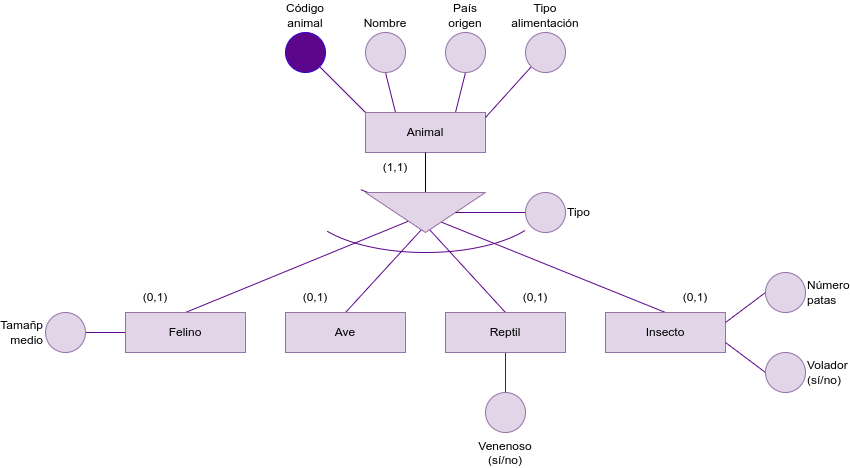
ull-cs/adbd keeps this draw.io diagram as entity-relationship-model/theory/hierarchy2.png. Above is the earlier version. Source tidied: cells renumbered, new cells last; positions are measured from the earlier drawing's top-left corner, leaving out a move shared by most shapes. Source of this version:
```xml
<mxGraphModel>
  <root>
    <mxCell id="0" />
    <mxCell id="1" parent="0" />
    <mxCell id="2" style="edgeStyle=none;html=1;entryX=1;entryY=1;entryDx=0;entryDy=0;strokeColor=#5C068C;endArrow=none;endFill=0;exitX=0;exitY=0;exitDx=0;exitDy=0;" parent="1" edge="1" source="8" target="5">
      <mxGeometry relative="1" as="geometry" />
    </mxCell>
    <mxCell id="3" style="edgeStyle=none;html=1;exitX=0.25;exitY=0;exitDx=0;exitDy=0;entryX=0.5;entryY=1;entryDx=0;entryDy=0;strokeColor=#5C068C;endArrow=none;endFill=0;" parent="1" edge="1" source="8" target="6">
      <mxGeometry relative="1" as="geometry" />
    </mxCell>
    <mxCell id="4" style="edgeStyle=none;html=1;entryX=0.5;entryY=1;entryDx=0;entryDy=0;strokeColor=#5C068C;endArrow=none;endFill=0;" parent="1" edge="1" target="7">
      <mxGeometry relative="1" as="geometry">
        <mxPoint x="410" y="80" as="sourcePoint" />
      </mxGeometry>
    </mxCell>
    <mxCell id="5" value="Código animal" style="ellipse;whiteSpace=wrap;html=1;fillColor=#5C068C;fontColor=#000000;strokeColor=#3700CC;verticalAlign=bottom;labelPosition=center;verticalLabelPosition=top;align=center;" parent="1" vertex="1">
      <mxGeometry x="240" width="40" height="40" as="geometry" />
    </mxCell>
    <mxCell id="6" value="Nombre" style="ellipse;whiteSpace=wrap;html=1;fillColor=#e1d5e7;strokeColor=#9673a6;verticalAlign=bottom;labelPosition=center;verticalLabelPosition=top;align=center;" parent="1" vertex="1">
      <mxGeometry x="320" width="40" height="40" as="geometry" />
    </mxCell>
    <mxCell id="7" value="País origen" style="ellipse;whiteSpace=wrap;html=1;fillColor=#e1d5e7;strokeColor=#9673a6;verticalAlign=bottom;labelPosition=center;verticalLabelPosition=top;align=center;" parent="1" vertex="1">
      <mxGeometry x="400" width="40" height="40" as="geometry" />
    </mxCell>
    <mxCell id="8" value="Animal" style="rounded=0;whiteSpace=wrap;html=1;fillColor=#e1d5e7;strokeColor=#9673a6;" parent="1" vertex="1">
      <mxGeometry x="320" y="80" width="120" height="40" as="geometry" />
    </mxCell>
    <mxCell id="9" style="edgeStyle=none;html=1;entryX=0.5;entryY=0;entryDx=0;entryDy=0;strokeColor=#5C068C;endArrow=none;endFill=0;exitX=0;exitY=0.25;exitDx=0;exitDy=0;" parent="1" edge="1" source="33" target="15">
      <mxGeometry relative="1" as="geometry" />
    </mxCell>
    <mxCell id="10" style="edgeStyle=none;html=1;exitX=0;exitY=1;exitDx=0;exitDy=0;entryX=0;entryY=0.5;entryDx=0;entryDy=0;strokeColor=#5C068C;endArrow=none;endFill=0;" parent="1" edge="1" source="11">
      <mxGeometry relative="1" as="geometry">
        <mxPoint x="440" y="85" as="targetPoint" />
      </mxGeometry>
    </mxCell>
    <mxCell id="11" value="Tipo alimentación" style="ellipse;whiteSpace=wrap;html=1;fillColor=#e1d5e7;strokeColor=#9673a6;verticalAlign=bottom;labelPosition=center;verticalLabelPosition=top;align=center;" parent="1" vertex="1">
      <mxGeometry x="480" width="40" height="40" as="geometry" />
    </mxCell>
    <mxCell id="12" style="edgeStyle=none;html=1;exitX=0;exitY=0.75;exitDx=0;exitDy=0;entryX=0.5;entryY=0;entryDx=0;entryDy=0;strokeColor=#5C068C;endArrow=none;endFill=0;startArrow=none;" parent="1" edge="1" source="33" target="17">
      <mxGeometry relative="1" as="geometry" />
    </mxCell>
    <mxCell id="13" style="edgeStyle=none;html=1;exitX=-0.071;exitY=1.039;exitDx=0;exitDy=0;entryX=0.5;entryY=0;entryDx=0;entryDy=0;strokeColor=#5C068C;endArrow=none;endFill=0;exitPerimeter=0;" parent="1" edge="1" source="33" target="18">
      <mxGeometry relative="1" as="geometry" />
    </mxCell>
    <mxCell id="14" style="edgeStyle=none;html=1;exitX=0.034;exitY=0.087;exitDx=0;exitDy=0;entryX=0.5;entryY=0;entryDx=0;entryDy=0;strokeColor=#5C068C;endArrow=none;endFill=0;exitPerimeter=0;" parent="1" edge="1" source="33" target="20">
      <mxGeometry relative="1" as="geometry" />
    </mxCell>
    <mxCell id="15" value="Ave" style="rounded=0;whiteSpace=wrap;html=1;fillColor=#e1d5e7;strokeColor=#9673a6;" parent="1" vertex="1">
      <mxGeometry x="240" y="280" width="120" height="40" as="geometry" />
    </mxCell>
    <mxCell id="16" style="edgeStyle=none;html=1;exitX=0.5;exitY=1;exitDx=0;exitDy=0;entryX=0.5;entryY=0;entryDx=0;entryDy=0;strokeColor=#5C068C;endArrow=none;endFill=0;" parent="1" edge="1" source="17" target="25">
      <mxGeometry relative="1" as="geometry" />
    </mxCell>
    <mxCell id="17" value="Reptil" style="rounded=0;whiteSpace=wrap;html=1;fillColor=#e1d5e7;strokeColor=#9673a6;" parent="1" vertex="1">
      <mxGeometry x="400" y="280" width="120" height="40" as="geometry" />
    </mxCell>
    <mxCell id="18" value="Insecto" style="rounded=0;whiteSpace=wrap;html=1;fillColor=#e1d5e7;strokeColor=#9673a6;" parent="1" vertex="1">
      <mxGeometry x="560" y="280" width="120" height="40" as="geometry" />
    </mxCell>
    <mxCell id="19" style="edgeStyle=none;html=1;exitX=0;exitY=0.5;exitDx=0;exitDy=0;entryX=1;entryY=0.5;entryDx=0;entryDy=0;strokeColor=#5C068C;endArrow=none;endFill=0;" parent="1" edge="1" source="20" target="26">
      <mxGeometry relative="1" as="geometry" />
    </mxCell>
    <mxCell id="20" value="Felino" style="rounded=0;whiteSpace=wrap;html=1;fillColor=#e1d5e7;strokeColor=#9673a6;" parent="1" vertex="1">
      <mxGeometry x="80" y="280" width="120" height="40" as="geometry" />
    </mxCell>
    <mxCell id="21" style="edgeStyle=none;html=1;exitX=0;exitY=0.5;exitDx=0;exitDy=0;entryX=1;entryY=0.25;entryDx=0;entryDy=0;strokeColor=#5C068C;endArrow=none;endFill=0;" parent="1" edge="1" source="22" target="18">
      <mxGeometry relative="1" as="geometry" />
    </mxCell>
    <mxCell id="22" value="Número patas" style="ellipse;whiteSpace=wrap;html=1;fillColor=#e1d5e7;strokeColor=#9673a6;verticalAlign=middle;labelPosition=right;verticalLabelPosition=middle;align=left;" parent="1" vertex="1">
      <mxGeometry x="720" y="240" width="40" height="40" as="geometry" />
    </mxCell>
    <mxCell id="23" style="edgeStyle=none;html=1;exitX=0;exitY=0.5;exitDx=0;exitDy=0;entryX=1;entryY=0.75;entryDx=0;entryDy=0;strokeColor=#5C068C;endArrow=none;endFill=0;" parent="1" edge="1" source="24" target="18">
      <mxGeometry relative="1" as="geometry" />
    </mxCell>
    <mxCell id="24" value="Volador (sí/no)" style="ellipse;whiteSpace=wrap;html=1;fillColor=#e1d5e7;strokeColor=#9673a6;verticalAlign=middle;labelPosition=right;verticalLabelPosition=middle;align=left;" parent="1" vertex="1">
      <mxGeometry x="720" y="320" width="40" height="40" as="geometry" />
    </mxCell>
    <mxCell id="25" value="Venenoso (sí/no)" style="ellipse;whiteSpace=wrap;html=1;fillColor=#e1d5e7;strokeColor=#9673a6;verticalAlign=top;labelPosition=center;verticalLabelPosition=bottom;align=center;" parent="1" vertex="1">
      <mxGeometry x="440" y="360" width="40" height="40" as="geometry" />
    </mxCell>
    <mxCell id="26" value="Tamañp medio" style="ellipse;whiteSpace=wrap;html=1;fillColor=#e1d5e7;strokeColor=#9673a6;verticalAlign=middle;labelPosition=left;verticalLabelPosition=middle;align=right;" parent="1" vertex="1">
      <mxGeometry y="280" width="40" height="40" as="geometry" />
    </mxCell>
    <mxCell id="27" value="(0,1)" style="text;html=1;strokeColor=none;fillColor=none;align=center;verticalAlign=middle;whiteSpace=wrap;rounded=0;" parent="1" vertex="1">
      <mxGeometry x="80" y="250" width="60" height="30" as="geometry" />
    </mxCell>
    <mxCell id="28" value="(0,1)" style="text;html=1;strokeColor=none;fillColor=none;align=center;verticalAlign=middle;whiteSpace=wrap;rounded=0;" parent="1" vertex="1">
      <mxGeometry x="240" y="250" width="60" height="30" as="geometry" />
    </mxCell>
    <mxCell id="29" value="(0,1)" style="text;html=1;strokeColor=none;fillColor=none;align=center;verticalAlign=middle;whiteSpace=wrap;rounded=0;" parent="1" vertex="1">
      <mxGeometry x="460" y="250" width="60" height="30" as="geometry" />
    </mxCell>
    <mxCell id="30" value="(0,1)" style="text;html=1;strokeColor=none;fillColor=none;align=center;verticalAlign=middle;whiteSpace=wrap;rounded=0;" parent="1" vertex="1">
      <mxGeometry x="620" y="250" width="60" height="30" as="geometry" />
    </mxCell>
    <mxCell id="31" style="edgeStyle=none;html=1;exitX=1;exitY=0;exitDx=0;exitDy=0;entryX=0;entryY=0.5;entryDx=0;entryDy=0;endArrow=none;endFill=0;" parent="1" edge="1" source="32" target="33">
      <mxGeometry relative="1" as="geometry" />
    </mxCell>
    <mxCell id="32" value="(1,1)" style="text;html=1;strokeColor=none;fillColor=none;align=center;verticalAlign=middle;whiteSpace=wrap;rounded=0;" parent="1" vertex="1">
      <mxGeometry x="320" y="120" width="60" height="30" as="geometry" />
    </mxCell>
    <mxCell id="33" style="triangle;whiteSpace=wrap;html=1;rotation=90;fillColor=#e1d5e7;strokeColor=#9673a6;" parent="1" vertex="1">
      <mxGeometry x="360" y="120" width="40" height="120" as="geometry" />
    </mxCell>
    <mxCell id="34" style="edgeStyle=none;html=1;exitX=0;exitY=0.5;exitDx=0;exitDy=0;entryX=0.5;entryY=0;entryDx=0;entryDy=0;endArrow=none;endFill=0;strokeColor=#5C068C;" parent="1" edge="1" source="35" target="33">
      <mxGeometry relative="1" as="geometry" />
    </mxCell>
    <mxCell id="35" value="Tipo" style="ellipse;whiteSpace=wrap;html=1;fillColor=#e1d5e7;strokeColor=#9673a6;verticalAlign=middle;labelPosition=right;verticalLabelPosition=middle;align=left;" parent="1" vertex="1">
      <mxGeometry x="480" y="160" width="40" height="40" as="geometry" />
    </mxCell>
    <mxCell id="36" style="verticalLabelPosition=bottom;verticalAlign=top;html=1;shape=mxgraph.basic.arc;startAngle=0.5948432962553827;endAngle=0.902545905891409;fontColor=#5C068C;rotation=-90;strokeColor=#5C068C;" parent="1" vertex="1">
      <mxGeometry x="330" y="50" width="100" height="240" as="geometry" />
    </mxCell>
  </root>
</mxGraphModel>
```
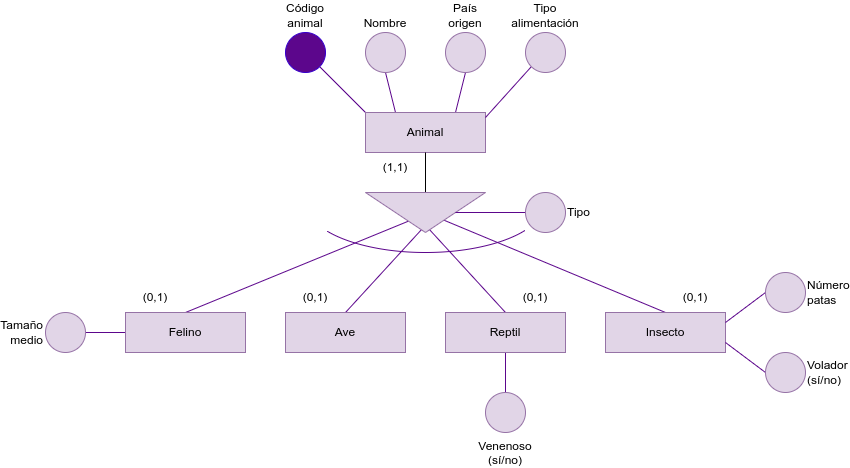
The same file after the commit.

Change to the diagram source:
```diff
@@ -39,7 +39,7 @@
     <mxCell id="12" style="edgeStyle=none;html=1;exitX=0;exitY=0.75;exitDx=0;exitDy=0;entryX=0.5;entryY=0;entryDx=0;entryDy=0;strokeColor=#5C068C;endArrow=none;endFill=0;startArrow=none;" parent="1" edge="1" source="33" target="17">
       <mxGeometry relative="1" as="geometry" />
     </mxCell>
-    <mxCell id="13" style="edgeStyle=none;html=1;exitX=-0.071;exitY=1.039;exitDx=0;exitDy=0;entryX=0.5;entryY=0;entryDx=0;entryDy=0;strokeColor=#5C068C;endArrow=none;endFill=0;exitPerimeter=0;" parent="1" edge="1" source="33" target="18">
+    <mxCell id="13" style="edgeStyle=none;html=1;entryX=0.5;entryY=0;entryDx=0;entryDy=0;strokeColor=#5C068C;endArrow=none;endFill=0;" parent="1" edge="1" source="33" target="18">
       <mxGeometry relative="1" as="geometry" />
     </mxCell>
     <mxCell id="14" style="edgeStyle=none;html=1;exitX=0.034;exitY=0.087;exitDx=0;exitDy=0;entryX=0.5;entryY=0;entryDx=0;entryDy=0;strokeColor=#5C068C;endArrow=none;endFill=0;exitPerimeter=0;" parent="1" edge="1" source="33" target="20">
@@ -78,7 +78,7 @@
     <mxCell id="25" value="Venenoso (sí/no)" style="ellipse;whiteSpace=wrap;html=1;fillColor=#e1d5e7;strokeColor=#9673a6;verticalAlign=top;labelPosition=center;verticalLabelPosition=bottom;align=center;" parent="1" vertex="1">
       <mxGeometry x="440" y="360" width="40" height="40" as="geometry" />
     </mxCell>
-    <mxCell id="26" value="Tamañp medio" style="ellipse;whiteSpace=wrap;html=1;fillColor=#e1d5e7;strokeColor=#9673a6;verticalAlign=middle;labelPosition=left;verticalLabelPosition=middle;align=right;" parent="1" vertex="1">
+    <mxCell id="26" value="Tamaño medio" style="ellipse;whiteSpace=wrap;html=1;fillColor=#e1d5e7;strokeColor=#9673a6;verticalAlign=middle;labelPosition=left;verticalLabelPosition=middle;align=right;" parent="1" vertex="1">
       <mxGeometry y="280" width="40" height="40" as="geometry" />
     </mxCell>
     <mxCell id="27" value="(0,1)" style="text;html=1;strokeColor=none;fillColor=none;align=center;verticalAlign=middle;whiteSpace=wrap;rounded=0;" parent="1" vertex="1">
```
